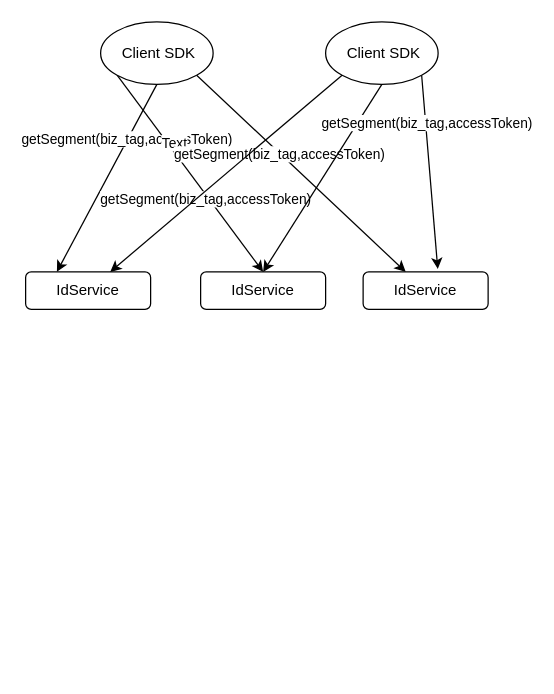
Above: 未命名绘图.drawio in limingluzhu/example (draw.io), before the change. Source tidied: cells renumbered, new cells numbered last; positions are measured from the earlier drawing's top-left corner, leaving out a move shared by most shapes. Both pictures are drawn from the tidied source at 125%, with x=0, y=0 at pixel (25, 21).
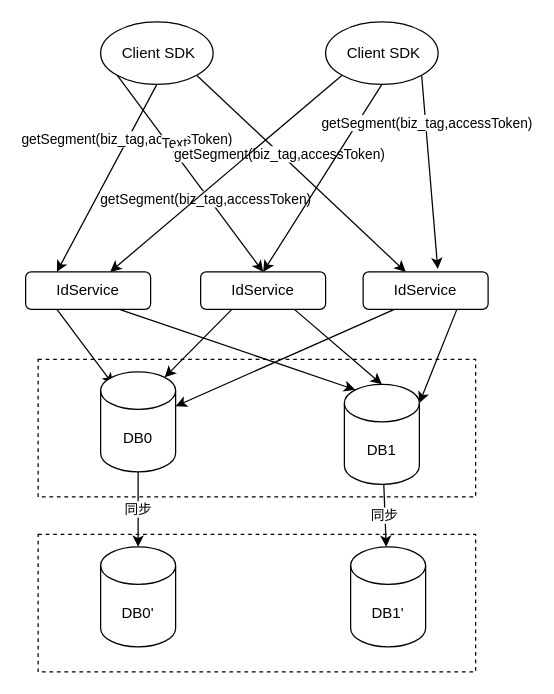
The same page after the edit.

Commit message:
分布式ID架构图.drawio

The change refers to these unchanged cells:
```xml
<mxCell id="2" value="IdService" style="rounded=1;whiteSpace=wrap;html=1;" parent="1" vertex="1">
  <mxGeometry y="200" width="100" height="30" as="geometry" />
</mxCell>
<mxCell id="3" value="IdService" style="rounded=1;whiteSpace=wrap;html=1;" parent="1" vertex="1">
  <mxGeometry x="140" y="200" width="100" height="30" as="geometry" />
</mxCell>
<mxCell id="4" value="IdService" style="rounded=1;whiteSpace=wrap;html=1;" parent="1" vertex="1">
  <mxGeometry x="270" y="200" width="100" height="30" as="geometry" />
</mxCell>
```

The edit, as a diff of the source:
```diff
@@
+    <mxCell id="18" style="rounded=0;whiteSpace=wrap;html=1;dashed=1;" parent="1" vertex="1">
+      <mxGeometry x="10" y="410" width="350" height="110" as="geometry" />
+    </mxCell>
+    <mxCell id="19" style="rounded=0;whiteSpace=wrap;html=1;dashed=1;" parent="1" vertex="1">
+      <mxGeometry x="10" y="270" width="350" height="110" as="geometry" />
+    </mxCell>
+    <mxCell id="20" style="edgeStyle=none;rounded=0;jettySize=auto;html=1;exitX=0.25;exitY=1;exitDx=0;exitDy=0;" parent="1" edge="1" source="2">
+      <mxGeometry relative="1" as="geometry">
+        <mxPoint x="70" y="290" as="targetPoint" />
+      </mxGeometry>
+    </mxCell>
+    <mxCell id="21" style="edgeStyle=none;rounded=0;jettySize=auto;html=1;exitX=0.75;exitY=1;exitDx=0;exitDy=0;entryX=0.145;entryY=0;entryDx=0;entryDy=4.35;entryPerimeter=0;" parent="1" edge="1" source="2" target="29">
+      <mxGeometry relative="1" as="geometry" />
+    </mxCell>
@@
+    <mxCell id="22" style="edgeStyle=none;rounded=0;jettySize=auto;html=1;exitX=0.25;exitY=1;exitDx=0;exitDy=0;entryX=0.855;entryY=0;entryDx=0;entryDy=4.35;entryPerimeter=0;" parent="1" edge="1" source="3" target="27">
+      <mxGeometry relative="1" as="geometry" />
+    </mxCell>
+    <mxCell id="23" style="edgeStyle=none;rounded=0;jettySize=auto;html=1;exitX=0.75;exitY=1;exitDx=0;exitDy=0;entryX=0.5;entryY=0;entryDx=0;entryDy=0;entryPerimeter=0;" parent="1" edge="1" source="3" target="29">
+      <mxGeometry relative="1" as="geometry" />
+    </mxCell>
@@
+    <mxCell id="24" style="edgeStyle=none;rounded=0;jettySize=auto;html=1;exitX=0.25;exitY=1;exitDx=0;exitDy=0;entryX=1;entryY=0;entryDx=0;entryDy=27.5;entryPerimeter=0;" parent="1" edge="1" source="4" target="27">
+      <mxGeometry relative="1" as="geometry" />
+    </mxCell>
+    <mxCell id="25" style="edgeStyle=none;rounded=0;jettySize=auto;html=1;exitX=0.75;exitY=1;exitDx=0;exitDy=0;entryX=1;entryY=0;entryDx=0;entryDy=15;entryPerimeter=0;" parent="1" edge="1" source="4" target="29">
+      <mxGeometry relative="1" as="geometry" />
+    </mxCell>
@@
+    <mxCell id="26" value="同步" style="edgeStyle=none;rounded=0;jettySize=auto;html=1;" parent="1" edge="1" source="27" target="30">
+      <mxGeometry relative="1" as="geometry" />
+    </mxCell>
+    <mxCell id="27" value="DB0" style="shape=cylinder3;whiteSpace=wrap;html=1;boundedLbl=1;backgroundOutline=1;size=15;" parent="1" vertex="1">
+      <mxGeometry x="60" y="280" width="60" height="80" as="geometry" />
+    </mxCell>
+    <mxCell id="28" value="同步" style="edgeStyle=none;rounded=0;jettySize=auto;html=1;" parent="1" edge="1" source="29" target="31">
+      <mxGeometry relative="1" as="geometry" />
+    </mxCell>
+    <mxCell id="29" value="DB1" style="shape=cylinder3;whiteSpace=wrap;html=1;boundedLbl=1;backgroundOutline=1;size=15;" parent="1" vertex="1">
+      <mxGeometry x="255" y="290" width="60" height="80" as="geometry" />
+    </mxCell>
+    <mxCell id="30" value="DB0'" style="shape=cylinder3;whiteSpace=wrap;html=1;boundedLbl=1;backgroundOutline=1;size=15;" parent="1" vertex="1">
+      <mxGeometry x="60" y="420" width="60" height="80" as="geometry" />
+    </mxCell>
+    <mxCell id="31" value="DB1'" style="shape=cylinder3;whiteSpace=wrap;html=1;boundedLbl=1;backgroundOutline=1;size=15;" parent="1" vertex="1">
+      <mxGeometry x="260" y="420" width="60" height="80" as="geometry" />
+    </mxCell>
```
